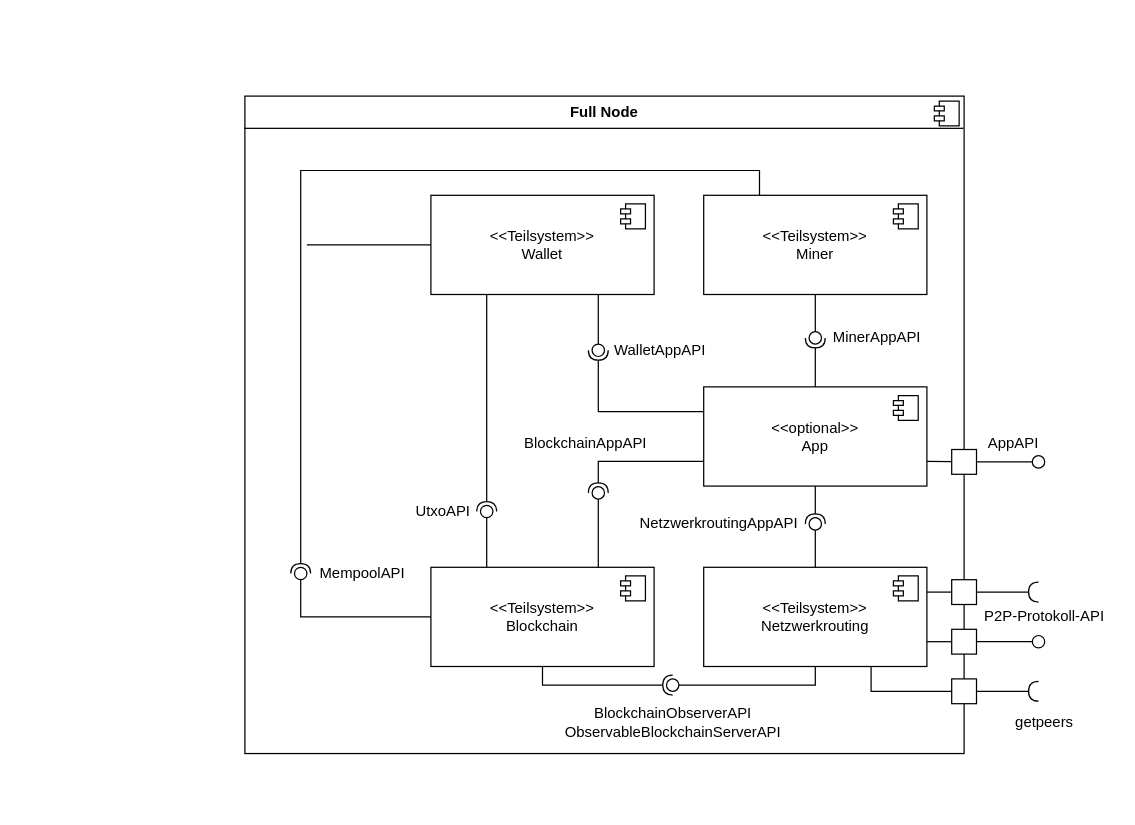
The draw.io diagram docs/arc42/arc42-MinerNetwork/images/Layer 2.drawio in bjoern621/VSP-Blockchain, before the edit. Source tidied: cells renumbered, new cells numbered last; positions are measured from the earlier drawing's top-left corner, leaving out a move shared by most shapes. Both pictures are drawn from the tidied source at 124%, with x=0, y=0 at pixel (244, 95).
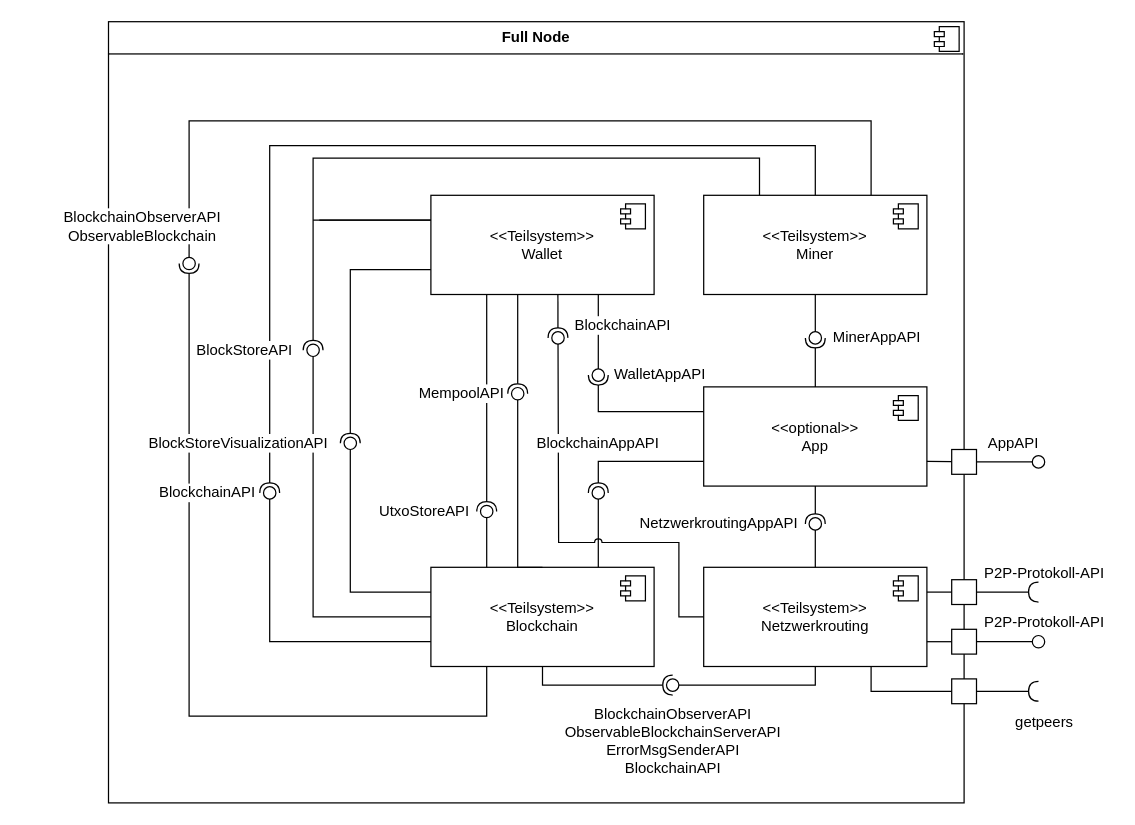
Above is the later version.

Unchanged cells that the change refers to:
```xml
<mxCell id="4" value="&lt;div&gt;&amp;lt;&amp;lt;Teilsystem&amp;gt;&amp;gt;&lt;/div&gt;Miner" style="html=1;whiteSpace=wrap;" parent="1" vertex="1">
  <mxGeometry x="370" y="80" width="180" height="80" as="geometry" />
</mxCell>
<mxCell id="6" value="&lt;div&gt;&amp;lt;&amp;lt;Teilsystem&amp;gt;&amp;gt;&lt;/div&gt;Netzwerkrouting" style="html=1;whiteSpace=wrap;" parent="1" vertex="1">
  <mxGeometry x="370" y="380" width="180" height="80" as="geometry" />
</mxCell>
<mxCell id="8" value="&lt;div&gt;&amp;lt;&amp;lt;Teilsystem&amp;gt;&amp;gt;&lt;/div&gt;Blockchain" style="html=1;whiteSpace=wrap;" parent="1" vertex="1">
  <mxGeometry x="150" y="380" width="180" height="80" as="geometry" />
</mxCell>
<mxCell id="10" value="&lt;div&gt;&amp;lt;&amp;lt;Teilsystem&amp;gt;&amp;gt;&lt;/div&gt;Wallet" style="html=1;whiteSpace=wrap;" parent="1" vertex="1">
  <mxGeometry x="150" y="80" width="180" height="80" as="geometry" />
</mxCell>
<mxCell id="34" style="ellipse;whiteSpace=wrap;html=1;align=center;fillColor=none;strokeColor=none;perimeter=centerPerimeter;points=[];outlineConnect=1;" parent="1" vertex="1">
  <mxGeometry x="40" y="380" width="10" height="10" as="geometry" />
</mxCell>
```

What changed in the source:
```diff
@@
     <mxCell id="2" value="&lt;p style=&quot;margin:0px;margin-top:6px;text-align:center;&quot;&gt;&lt;b&gt;Full Node&lt;/b&gt;&lt;/p&gt;&lt;hr size=&quot;1&quot; style=&quot;border-style:solid;&quot;&gt;&lt;p style=&quot;margin:0px;margin-left:8px;&quot;&gt;&lt;br&gt;&lt;/p&gt;" style="align=left;overflow=fill;html=1;whiteSpace=wrap;" parent="1" vertex="1">
-      <mxGeometry width="580" height="530.2" as="geometry" />
+      <mxGeometry x="-110" y="-60" width="690" height="630" as="geometry" />
     </mxCell>
@@
     <mxCell id="17" value="P2P-Protokoll-API" style="text;html=1;whiteSpace=wrap;strokeColor=none;fillColor=none;align=center;verticalAlign=middle;rounded=0;" parent="1" vertex="1">
-      <mxGeometry x="590" y="405" width="110" height="30" as="geometry" />
+      <mxGeometry x="590" y="410" width="110" height="30" as="geometry" />
     </mxCell>
@@
-    <mxCell id="27" value="UtxoAPI" style="text;html=1;whiteSpace=wrap;strokeColor=none;fillColor=none;align=center;verticalAlign=middle;rounded=0;" parent="1" vertex="1">
-      <mxGeometry x="130" y="320" width="60" height="30" as="geometry" />
+    <mxCell id="27" value="UtxoStoreAPI" style="text;html=1;whiteSpace=wrap;strokeColor=none;fillColor=none;align=center;verticalAlign=middle;rounded=0;" parent="1" vertex="1">
+      <mxGeometry x="100" y="320" width="90" height="30" as="geometry" />
     </mxCell>
@@
-    <mxCell id="31" value="&lt;div&gt;MempoolAPI&lt;/div&gt;" style="text;html=1;whiteSpace=wrap;strokeColor=none;fillColor=none;align=center;verticalAlign=middle;rounded=0;" parent="1" vertex="1">
-      <mxGeometry x="50" y="370" width="90" height="30" as="geometry" />
+    <mxCell id="31" value="&lt;div&gt;MempoolAPI&lt;/div&gt;" style="text;html=1;whiteSpace=wrap;strokeColor=none;fillColor=none;align=center;verticalAlign=middle;rounded=0;labelBackgroundColor=default;" parent="1" vertex="1">
+      <mxGeometry x="130" y="225" width="90" height="30" as="geometry" />
     </mxCell>
-    <mxCell id="32" style="rounded=0;jettySize=auto;html=1;endArrow=halfCircle;endFill=0;endSize=6;strokeWidth=1;sketch=0;edgeStyle=orthogonalEdgeStyle;exitX=0.25;exitY=0;exitDx=0;exitDy=0;" parent="1" edge="1" source="4" target="34">
-      <mxGeometry relative="1" as="geometry">
-        <Array as="points">
-          <mxPoint x="415" y="60" />
-          <mxPoint x="45" y="60" />
-        </Array>
-      </mxGeometry>
-    </mxCell>
-    <mxCell id="33" style="rounded=0;jettySize=auto;html=1;endArrow=oval;endFill=0;sketch=0;sourcePerimeterSpacing=0;targetPerimeterSpacing=0;endSize=10;exitX=0;exitY=0.5;exitDx=0;exitDy=0;edgeStyle=orthogonalEdgeStyle;" parent="1" edge="1" source="8" target="34">
+    <mxCell id="33" style="rounded=0;orthogonalLoop=1;jettySize=auto;html=1;endArrow=oval;endFill=0;sketch=0;sourcePerimeterSpacing=0;targetPerimeterSpacing=0;endSize=10;edgeStyle=orthogonalEdgeStyle;" parent="1" edge="1">
       <mxGeometry relative="1" as="geometry">
+        <mxPoint x="240" y="380" as="sourcePoint" />
+        <mxPoint x="220" y="240" as="targetPoint" />
         <Array as="points">
-          <mxPoint x="45" y="420" />
+          <mxPoint x="220" y="380" />
         </Array>
       </mxGeometry>
     </mxCell>
@@
-    <mxCell id="38" value="BlockchainObserverAPI&lt;div&gt;ObservableBlockchainServerAPI&lt;/div&gt;" style="text;html=1;whiteSpace=wrap;strokeColor=none;fillColor=none;align=center;verticalAlign=middle;rounded=0;" parent="1" vertex="1">
-      <mxGeometry x="247.5" y="490" width="195" height="30" as="geometry" />
+    <mxCell id="38" value="BlockchainObserverAPI&lt;div&gt;ObservableBlockchainServerAPI&lt;/div&gt;&lt;div&gt;ErrorMsgSenderAPI&lt;/div&gt;&lt;div&gt;BlockchainAPI&lt;/div&gt;" style="text;html=1;whiteSpace=wrap;strokeColor=none;fillColor=none;align=center;verticalAlign=middle;rounded=0;" parent="1" vertex="1">
+      <mxGeometry x="247.5" y="490" width="195" height="60" as="geometry" />
     </mxCell>
@@
     <mxCell id="41" style="ellipse;whiteSpace=wrap;html=1;align=center;fillColor=none;strokeColor=none;perimeter=centerPerimeter;points=[];outlineConnect=1;" parent="1" vertex="1">
-      <mxGeometry x="280" y="200" width="10" height="10" as="geometry" />
+      <mxGeometry x="280" y="220" width="10" height="10" as="geometry" />
     </mxCell>
     <mxCell id="42" value="WalletAppAPI" style="text;html=1;whiteSpace=wrap;strokeColor=none;fillColor=none;align=center;verticalAlign=middle;rounded=0;" parent="1" vertex="1">
-      <mxGeometry x="290" y="190" width="90" height="30" as="geometry" />
+      <mxGeometry x="290" y="210" width="90" height="30" as="geometry" />
     </mxCell>
@@
-    <mxCell id="50" value="BlockchainAppAPI" style="text;html=1;whiteSpace=wrap;strokeColor=none;fillColor=none;align=center;verticalAlign=middle;rounded=0;" parent="1" vertex="1">
-      <mxGeometry x="220" y="265" width="110" height="30" as="geometry" />
-    </mxCell>
@@
-    <mxCell id="58" style="endArrow=none;html=1;rounded=0;entryX=0;entryY=0.5;entryDx=0;entryDy=0;" parent="1" edge="1" target="10">
-      <mxGeometry relative="1" as="geometry">
-        <mxPoint x="50" y="120" as="sourcePoint" />
-      </mxGeometry>
-    </mxCell>
+    <mxCell id="59" style="rounded=0;orthogonalLoop=1;jettySize=auto;html=1;endArrow=halfCircle;endFill=0;endSize=6;strokeWidth=1;sketch=0;edgeStyle=orthogonalEdgeStyle;" parent="1" edge="1">
+      <mxGeometry relative="1" as="geometry">
+        <mxPoint x="220" y="160" as="sourcePoint" />
+        <mxPoint x="220" y="240" as="targetPoint" />
+        <Array as="points">
+          <mxPoint x="220" y="180" />
+          <mxPoint x="220" y="180" />
+        </Array>
+      </mxGeometry>
+    </mxCell>
+    <mxCell id="60" style="rounded=0;jettySize=auto;html=1;endArrow=halfCircle;endFill=0;endSize=6;strokeWidth=1;sketch=0;exitX=0;exitY=0.75;exitDx=0;exitDy=0;" parent="1" edge="1" source="10" target="62">
+      <mxGeometry relative="1" as="geometry">
+        <Array as="points">
+          <mxPoint x="85" y="140" />
+        </Array>
+      </mxGeometry>
+    </mxCell>
+    <mxCell id="61" style="rounded=0;jettySize=auto;html=1;endArrow=oval;endFill=0;sketch=0;sourcePerimeterSpacing=0;targetPerimeterSpacing=0;endSize=10;exitX=0;exitY=0.25;exitDx=0;exitDy=0;" parent="1" edge="1" source="8" target="62">
+      <mxGeometry relative="1" as="geometry">
+        <Array as="points">
+          <mxPoint x="85" y="400" />
+        </Array>
+      </mxGeometry>
+    </mxCell>
+    <mxCell id="62" style="ellipse;whiteSpace=wrap;html=1;align=center;fillColor=none;strokeColor=none;perimeter=centerPerimeter;points=[];outlineConnect=1;" parent="1" vertex="1">
+      <mxGeometry x="80" y="275" width="10" height="10" as="geometry" />
+    </mxCell>
+    <mxCell id="63" style="rounded=0;jettySize=auto;html=1;endArrow=halfCircle;endFill=0;endSize=6;strokeWidth=1;sketch=0;exitX=0.25;exitY=0;exitDx=0;exitDy=0;" parent="1" edge="1" source="4" target="65">
+      <mxGeometry relative="1" as="geometry">
+        <Array as="points">
+          <mxPoint x="415" y="50" />
+          <mxPoint x="55" y="50" />
+        </Array>
+      </mxGeometry>
+    </mxCell>
+    <mxCell id="64" style="rounded=0;jettySize=auto;html=1;endArrow=oval;endFill=0;sketch=0;sourcePerimeterSpacing=0;targetPerimeterSpacing=0;endSize=10;" parent="1" edge="1" target="65">
+      <mxGeometry relative="1" as="geometry">
+        <mxPoint x="150" y="420" as="sourcePoint" />
+        <Array as="points">
+          <mxPoint x="55" y="420" />
+        </Array>
+      </mxGeometry>
+    </mxCell>
+    <mxCell id="65" style="ellipse;whiteSpace=wrap;html=1;align=center;fillColor=none;strokeColor=none;perimeter=centerPerimeter;points=[];outlineConnect=1;" parent="1" vertex="1">
+      <mxGeometry x="50" y="200" width="10" height="10" as="geometry" />
+    </mxCell>
+    <mxCell id="66" style="endArrow=none;html=1;rounded=0;entryX=0;entryY=0.25;entryDx=0;entryDy=0;" parent="1" edge="1" target="10">
+      <mxGeometry relative="1" as="geometry">
+        <mxPoint x="60" y="100" as="sourcePoint" />
+      </mxGeometry>
+    </mxCell>
+    <mxCell id="67" style="endArrow=none;html=1;rounded=0;entryX=0;entryY=0.25;entryDx=0;entryDy=0;" parent="1" edge="1" target="10">
+      <mxGeometry relative="1" as="geometry">
+        <mxPoint x="55" y="100" as="sourcePoint" />
+      </mxGeometry>
+    </mxCell>
+    <mxCell id="68" style="rounded=0;jettySize=auto;html=1;endArrow=halfCircle;endFill=0;endSize=6;strokeWidth=1;sketch=0;exitX=0.5;exitY=0;exitDx=0;exitDy=0;" parent="1" edge="1" source="4">
+      <mxGeometry relative="1" as="geometry">
+        <mxPoint x="20" y="320" as="targetPoint" />
+        <Array as="points">
+          <mxPoint x="460" y="40" />
+          <mxPoint x="20" y="40" />
+        </Array>
+      </mxGeometry>
+    </mxCell>
+    <mxCell id="69" style="rounded=0;jettySize=auto;html=1;endArrow=oval;endFill=0;sketch=0;sourcePerimeterSpacing=0;targetPerimeterSpacing=0;endSize=10;exitX=0;exitY=0.75;exitDx=0;exitDy=0;" parent="1" edge="1" source="8">
+      <mxGeometry relative="1" as="geometry">
+        <mxPoint x="20" y="320" as="targetPoint" />
+        <Array as="points">
+          <mxPoint x="20" y="440" />
+        </Array>
+      </mxGeometry>
+    </mxCell>
+    <mxCell id="70" style="rounded=0;jettySize=auto;html=1;endArrow=halfCircle;endFill=0;endSize=6;strokeWidth=1;sketch=0;exitX=0.25;exitY=1;exitDx=0;exitDy=0;" parent="1" edge="1" source="8" target="72">
+      <mxGeometry relative="1" as="geometry">
+        <Array as="points">
+          <mxPoint x="195" y="500" />
+          <mxPoint x="-45" y="500" />
+        </Array>
+      </mxGeometry>
+    </mxCell>
+    <mxCell id="71" style="rounded=0;jettySize=auto;html=1;endArrow=oval;endFill=0;sketch=0;sourcePerimeterSpacing=0;targetPerimeterSpacing=0;endSize=10;exitX=0.75;exitY=0;exitDx=0;exitDy=0;" parent="1" edge="1" source="4" target="72">
+      <mxGeometry relative="1" as="geometry">
+        <Array as="points">
+          <mxPoint x="505" y="20" />
+          <mxPoint x="-45" y="20" />
+        </Array>
+      </mxGeometry>
+    </mxCell>
+    <mxCell id="72" style="ellipse;whiteSpace=wrap;html=1;align=center;fillColor=none;strokeColor=none;perimeter=centerPerimeter;points=[];outlineConnect=1;" parent="1" vertex="1">
+      <mxGeometry x="-50" y="130" width="10" height="10" as="geometry" />
+    </mxCell>
+    <mxCell id="73" value="BlockchainAPI" style="text;html=1;whiteSpace=wrap;strokeColor=none;fillColor=none;align=center;verticalAlign=middle;rounded=0;labelBackgroundColor=default;" parent="1" vertex="1">
+      <mxGeometry x="-70" y="305" width="80" height="30" as="geometry" />
+    </mxCell>
+    <mxCell id="74" value="BlockStoreVisualizationAPI" style="text;html=1;whiteSpace=wrap;strokeColor=none;fillColor=none;align=center;verticalAlign=middle;rounded=0;labelBackgroundColor=default;" parent="1" vertex="1">
+      <mxGeometry x="-80" y="265" width="150" height="30" as="geometry" />
+    </mxCell>
+    <mxCell id="75" value="BlockStoreAPI" style="text;html=1;whiteSpace=wrap;strokeColor=none;fillColor=none;align=center;verticalAlign=middle;rounded=0;labelBackgroundColor=default;" parent="1" vertex="1">
+      <mxGeometry x="-40" y="190" width="80" height="30" as="geometry" />
+    </mxCell>
+    <mxCell id="76" value="BlockchainObserverAPI&lt;div&gt;ObservableBlockchain&lt;/div&gt;" style="text;html=1;whiteSpace=wrap;strokeColor=none;fillColor=none;align=center;verticalAlign=middle;rounded=0;labelBackgroundColor=default;" parent="1" vertex="1">
+      <mxGeometry x="-180" y="90" width="195" height="30" as="geometry" />
+    </mxCell>
+    <mxCell id="77" style="rounded=0;jettySize=auto;html=1;endArrow=halfCircle;endFill=0;endSize=6;strokeWidth=1;sketch=0;exitX=0.569;exitY=1.006;exitDx=0;exitDy=0;exitPerimeter=0;" parent="1" edge="1" source="10" target="79">
+      <mxGeometry relative="1" as="geometry" />
+    </mxCell>
+    <mxCell id="78" style="rounded=0;jettySize=auto;html=1;endArrow=oval;endFill=0;sketch=0;sourcePerimeterSpacing=0;targetPerimeterSpacing=0;endSize=10;exitX=0;exitY=0.5;exitDx=0;exitDy=0;jumpStyle=arc;" parent="1" edge="1" source="6" target="79">
+      <mxGeometry relative="1" as="geometry">
+        <Array as="points">
+          <mxPoint x="350" y="420" />
+          <mxPoint x="350" y="360" />
+          <mxPoint x="253" y="360" />
+        </Array>
+      </mxGeometry>
+    </mxCell>
+    <mxCell id="79" style="ellipse;whiteSpace=wrap;html=1;align=center;fillColor=none;strokeColor=none;perimeter=centerPerimeter;points=[];outlineConnect=1;" parent="1" vertex="1">
+      <mxGeometry x="247.5" y="190" width="10" height="10" as="geometry" />
+    </mxCell>
+    <mxCell id="50" value="BlockchainAppAPI" style="text;html=1;whiteSpace=wrap;strokeColor=none;fillColor=none;align=center;verticalAlign=middle;rounded=0;labelBackgroundColor=default;" parent="1" vertex="1">
+      <mxGeometry x="230" y="265" width="110" height="30" as="geometry" />
+    </mxCell>
+    <mxCell id="80" value="&lt;div&gt;BlockchainAPI&lt;/div&gt;" style="text;html=1;whiteSpace=wrap;strokeColor=none;fillColor=none;align=center;verticalAlign=middle;rounded=0;labelBackgroundColor=default;" parent="1" vertex="1">
+      <mxGeometry x="260" y="170" width="90" height="30" as="geometry" />
+    </mxCell>
+    <mxCell id="81" value="P2P-Protokoll-API" style="text;html=1;whiteSpace=wrap;strokeColor=none;fillColor=none;align=center;verticalAlign=middle;rounded=0;" parent="1" vertex="1">
+      <mxGeometry x="590" y="370" width="110" height="30" as="geometry" />
+    </mxCell>
```
